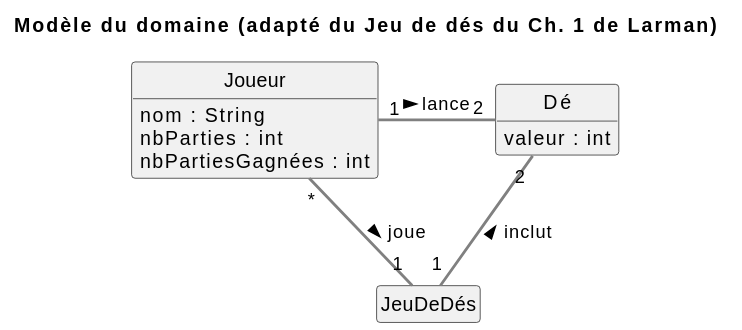
Earlier version of the PlantUML export docs/modeles/MDD.svg (SamuelLouvet/log210-laboratoire0).
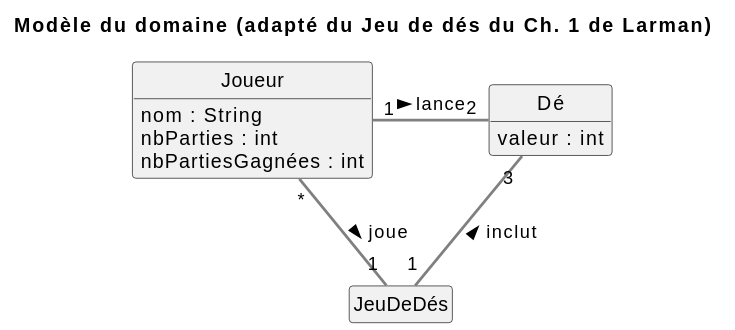
The same file after the commit.

Diff of the diagram source:
```diff
@@ -14,6 +14,6 @@
 }
 class JeuDeDés
 Joueur "*" -down- "1" JeuDeDés : joue >
-Joueur "1" -right- "3" Dé : lance >
+Joueur "1" -right- "2" Dé : lance >
 JeuDeDés "1" -up- "3" Dé : inclut >
 @enduml
```
